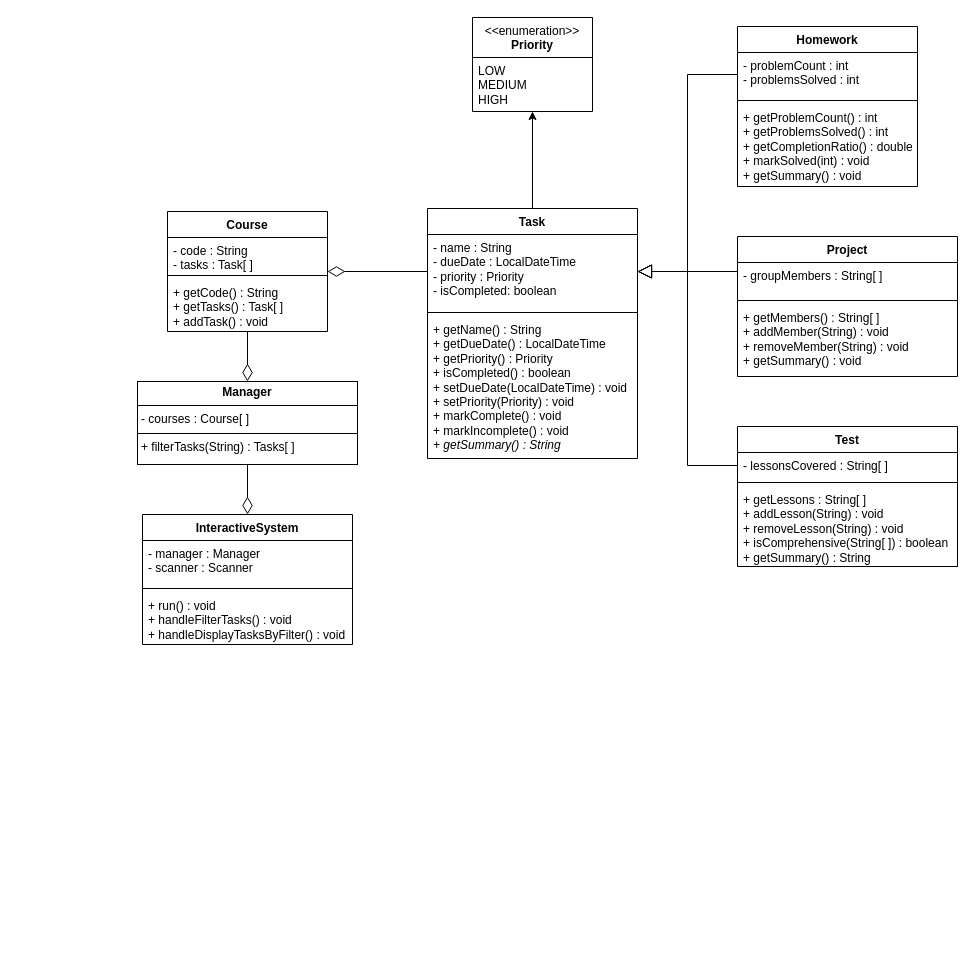
This is images/uml/drawio/studentPlanner.drawio from SACHSTech/2-14-oop-design-project-EdricLai, a draw.io file, before an edit. Source tidied: cells renumbered, new cells numbered last; positions are measured from the earlier drawing's top-left corner, leaving out a move shared by most shapes. Both pictures are drawn from the tidied source at 100%, with x=0, y=0 at pixel (137, 17).
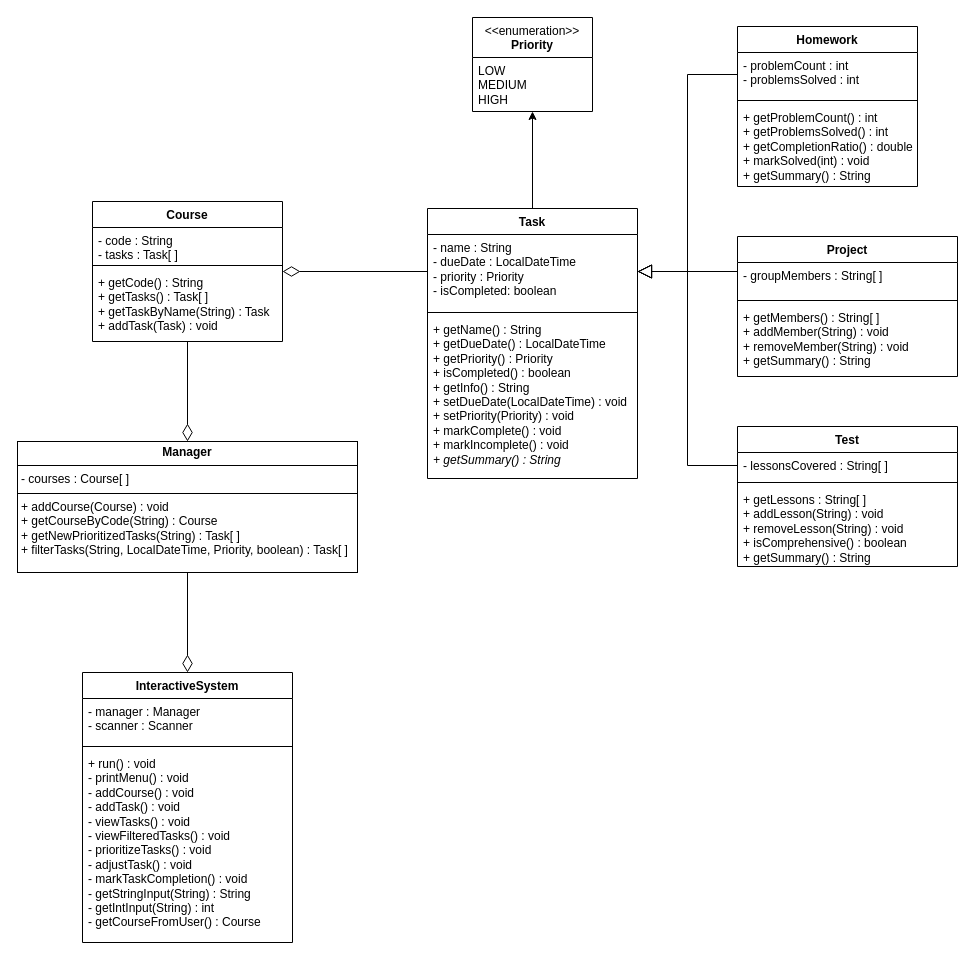
Above is the later version.

Commit message (it also covers changes not shown here):
updated uml diagram to match current code structure

Unchanged cells that the change refers to:
```xml
<mxCell id="12" value="Homework" style="swimlane;fontStyle=1;align=center;verticalAlign=top;horizontal=1;startSize=26;whiteSpace=wrap;html=1;" parent="1" vertex="1">
  <mxGeometry x="600" y="9" width="180" height="160" as="geometry" />
</mxCell>
<mxCell id="17" value="Project" style="swimlane;fontStyle=1;align=center;verticalAlign=top;horizontal=1;startSize=26;whiteSpace=wrap;html=1;" parent="1" vertex="1">
  <mxGeometry x="600" y="219" width="220" height="140" as="geometry" />
</mxCell>
<mxCell id="21" value="Test" style="swimlane;fontStyle=1;align=center;verticalAlign=top;horizontal=1;startSize=26;whiteSpace=wrap;html=1;" parent="1" vertex="1">
  <mxGeometry x="600" y="409" width="220" height="140" as="geometry" />
</mxCell>
```

Diff of the diagram source:
```diff
@@
     <mxCell id="3" value="Course" style="swimlane;fontStyle=1;align=center;verticalAlign=top;horizontal=1;startSize=26;whiteSpace=wrap;html=1;" parent="1" vertex="1">
-      <mxGeometry x="30" y="194" width="160" height="120" as="geometry" />
+      <mxGeometry x="-45" y="184" width="190" height="140" as="geometry" />
     </mxCell>
     <mxCell id="4" value="&lt;div&gt;- code : String&lt;/div&gt;- tasks : Task[ ]" style="text;strokeColor=none;fillColor=none;align=left;verticalAlign=top;spacingLeft=4;spacingRight=4;overflow=hidden;whiteSpace=wrap;html=1;" parent="3" vertex="1">
-      <mxGeometry y="26" width="160" height="34" as="geometry" />
+      <mxGeometry y="26" width="190" height="34" as="geometry" />
     </mxCell>
     <mxCell id="5" style="line;strokeWidth=1;fillColor=none;align=left;verticalAlign=middle;spacingTop=-1;spacingLeft=3;spacingRight=3;labelPosition=right;strokeColor=inherit;" parent="3" vertex="1">
-      <mxGeometry y="60" width="160" height="8" as="geometry" />
+      <mxGeometry y="60" width="190" height="8" as="geometry" />
     </mxCell>
-    <mxCell id="6" value="&lt;div&gt;&lt;span style=&quot;background-color: transparent; color: light-dark(rgb(0, 0, 0), rgb(255, 255, 255));&quot;&gt;+ getCode() : String&lt;/span&gt;&lt;/div&gt;&lt;div&gt;&lt;div&gt;+ getTasks() : Task[ ]&lt;/div&gt;&lt;/div&gt;&lt;div&gt;+ addTask() : void&lt;/div&gt;" style="text;strokeColor=none;fillColor=none;align=left;verticalAlign=top;spacingLeft=4;spacingRight=4;overflow=hidden;whiteSpace=wrap;html=1;" parent="3" vertex="1">
-      <mxGeometry y="68" width="160" height="52" as="geometry" />
+    <mxCell id="6" value="&lt;div&gt;&lt;span style=&quot;background-color: transparent; color: light-dark(rgb(0, 0, 0), rgb(255, 255, 255));&quot;&gt;+ getCode() : String&lt;/span&gt;&lt;/div&gt;&lt;div&gt;&lt;div&gt;+ getTasks() : Task[ ]&lt;/div&gt;&lt;/div&gt;&lt;div&gt;+ getTaskByName(String) : Task&lt;/div&gt;&lt;div&gt;+ addTask(Task) : void&lt;/div&gt;" style="text;strokeColor=none;fillColor=none;align=left;verticalAlign=top;spacingLeft=4;spacingRight=4;overflow=hidden;whiteSpace=wrap;html=1;" parent="3" vertex="1">
+      <mxGeometry y="68" width="190" height="72" as="geometry" />
     </mxCell>
@@
     <mxCell id="8" value="Task" style="swimlane;fontStyle=1;align=center;verticalAlign=top;horizontal=1;startSize=26;whiteSpace=wrap;html=1;" parent="1" vertex="1">
-      <mxGeometry x="290" y="191" width="210" height="250" as="geometry" />
+      <mxGeometry x="290" y="191" width="210" height="270" as="geometry" />
     </mxCell>
@@
-    <mxCell id="11" value="&lt;div&gt;+ getName() : String&lt;/div&gt;&lt;div&gt;+ getDueDate() : LocalDateTime&lt;/div&gt;&lt;div&gt;+ getPriority() : Priority&lt;br&gt;&lt;div&gt;+ isCompleted() : boolean&lt;/div&gt;&lt;/div&gt;&lt;div&gt;&lt;div&gt;+ setDueDate(LocalDateTime) : void&lt;/div&gt;&lt;/div&gt;&lt;div&gt;+ setPriority(Priority) : void&lt;/div&gt;&lt;div&gt;+ markComplete() : void&lt;/div&gt;&lt;div&gt;+ markIncomplete() : void&lt;/div&gt;&lt;div&gt;&lt;i&gt;+ getSummary() : String&lt;/i&gt;&lt;/div&gt;" style="text;strokeColor=none;fillColor=none;align=left;verticalAlign=top;spacingLeft=4;spacingRight=4;overflow=hidden;whiteSpace=wrap;html=1;" parent="8" vertex="1">
-      <mxGeometry y="108" width="210" height="142" as="geometry" />
+    <mxCell id="11" value="&lt;div&gt;+ getName() : String&lt;/div&gt;&lt;div&gt;+ getDueDate() : LocalDateTime&lt;/div&gt;&lt;div&gt;+ getPriority() : Priority&lt;br&gt;&lt;div&gt;+ isCompleted() : boolean&lt;/div&gt;&lt;/div&gt;&lt;div&gt;+ getInfo() : String&lt;/div&gt;&lt;div&gt;&lt;div&gt;+ setDueDate(LocalDateTime) : void&lt;/div&gt;&lt;/div&gt;&lt;div&gt;+ setPriority(Priority) : void&lt;/div&gt;&lt;div&gt;+ markComplete() : void&lt;/div&gt;&lt;div&gt;+ markIncomplete() : void&lt;/div&gt;&lt;div&gt;&lt;i&gt;+ getSummary() : String&lt;/i&gt;&lt;/div&gt;" style="text;strokeColor=none;fillColor=none;align=left;verticalAlign=top;spacingLeft=4;spacingRight=4;overflow=hidden;whiteSpace=wrap;html=1;" parent="8" vertex="1">
+      <mxGeometry y="108" width="210" height="162" as="geometry" />
     </mxCell>
@@
-    <mxCell id="15" value="&lt;div&gt;+ getProblemCount() : int&lt;/div&gt;&lt;div&gt;+ getProblemsSolved() : int&lt;/div&gt;&lt;div&gt;+ getCompletionRatio() : double&lt;/div&gt;&lt;div&gt;+ markSolved(int) : void&lt;/div&gt;&lt;div&gt;+ getSummary() : void&lt;/div&gt;" style="text;strokeColor=none;fillColor=none;align=left;verticalAlign=top;spacingLeft=4;spacingRight=4;overflow=hidden;whiteSpace=wrap;html=1;" parent="12" vertex="1">
+    <mxCell id="15" value="&lt;div&gt;+ getProblemCount() : int&lt;/div&gt;&lt;div&gt;+ getProblemsSolved() : int&lt;/div&gt;&lt;div&gt;+ getCompletionRatio() : double&lt;/div&gt;&lt;div&gt;+ markSolved(int) : void&lt;/div&gt;&lt;div&gt;+ getSummary() : String&lt;/div&gt;" style="text;strokeColor=none;fillColor=none;align=left;verticalAlign=top;spacingLeft=4;spacingRight=4;overflow=hidden;whiteSpace=wrap;html=1;" parent="12" vertex="1">
       <mxGeometry y="78" width="180" height="82" as="geometry" />
     </mxCell>
@@
-    <mxCell id="20" value="&lt;div&gt;+ getMembers() : String[ ]&lt;/div&gt;&lt;div&gt;&lt;span style=&quot;background-color: transparent; color: light-dark(rgb(0, 0, 0), rgb(255, 255, 255));&quot;&gt;+ addMember(String) : void&lt;/span&gt;&lt;/div&gt;&lt;div&gt;+ removeMember(String) : void&lt;/div&gt;&lt;div&gt;+ getSummary() : void&lt;/div&gt;" style="text;strokeColor=none;fillColor=none;align=left;verticalAlign=top;spacingLeft=4;spacingRight=4;overflow=hidden;whiteSpace=wrap;html=1;" parent="17" vertex="1">
+    <mxCell id="20" value="&lt;div&gt;+ getMembers() : String[ ]&lt;/div&gt;&lt;div&gt;&lt;span style=&quot;background-color: transparent; color: light-dark(rgb(0, 0, 0), rgb(255, 255, 255));&quot;&gt;+ addMember(String) : void&lt;/span&gt;&lt;/div&gt;&lt;div&gt;+ removeMember(String) : void&lt;/div&gt;&lt;div&gt;+ getSummary() : String&lt;/div&gt;" style="text;strokeColor=none;fillColor=none;align=left;verticalAlign=top;spacingLeft=4;spacingRight=4;overflow=hidden;whiteSpace=wrap;html=1;" parent="17" vertex="1">
       <mxGeometry y="68" width="220" height="72" as="geometry" />
     </mxCell>
@@
-    <mxCell id="24" value="+ getLessons : String[ ]&lt;div&gt;+ addLesson(String) : void&lt;/div&gt;&lt;div&gt;+ removeLesson(String) : void&lt;/div&gt;&lt;div&gt;+ isComprehensive(String[ ]) : boolean&lt;/div&gt;&lt;div&gt;+ getSummary() : String&lt;/div&gt;" style="text;strokeColor=none;fillColor=none;align=left;verticalAlign=top;spacingLeft=4;spacingRight=4;overflow=hidden;whiteSpace=wrap;html=1;" parent="21" vertex="1">
+    <mxCell id="24" value="+ getLessons : String[ ]&lt;div&gt;+ addLesson(String) : void&lt;/div&gt;&lt;div&gt;+ removeLesson(String) : void&lt;/div&gt;&lt;div&gt;+ isComprehensive() : boolean&lt;/div&gt;&lt;div&gt;+ getSummary() : String&lt;/div&gt;" style="text;strokeColor=none;fillColor=none;align=left;verticalAlign=top;spacingLeft=4;spacingRight=4;overflow=hidden;whiteSpace=wrap;html=1;" parent="21" vertex="1">
       <mxGeometry y="60" width="220" height="80" as="geometry" />
     </mxCell>
@@
-    <mxCell id="26" value="&lt;p style=&quot;margin:0px;margin-top:4px;text-align:center;&quot;&gt;&lt;b&gt;Manager&lt;/b&gt;&lt;/p&gt;&lt;hr size=&quot;1&quot; style=&quot;border-style:solid;&quot;&gt;&lt;p style=&quot;margin:0px;margin-left:4px;&quot;&gt;- courses : Course[ ]&lt;/p&gt;&lt;hr size=&quot;1&quot; style=&quot;border-style:solid;&quot;&gt;&lt;p style=&quot;margin:0px;margin-left:4px;&quot;&gt;+ filterTasks(String) : Tasks[ ]&lt;/p&gt;" style="verticalAlign=top;align=left;overflow=fill;html=1;whiteSpace=wrap;" parent="1" vertex="1">
-      <mxGeometry y="364" width="220" height="83" as="geometry" />
+    <mxCell id="26" value="&lt;p style=&quot;margin:0px;margin-top:4px;text-align:center;&quot;&gt;&lt;b&gt;Manager&lt;/b&gt;&lt;/p&gt;&lt;hr size=&quot;1&quot; style=&quot;border-style:solid;&quot;&gt;&lt;p style=&quot;margin:0px;margin-left:4px;&quot;&gt;- courses : Course[ ]&lt;/p&gt;&lt;hr size=&quot;1&quot; style=&quot;border-style:solid;&quot;&gt;&lt;p style=&quot;margin:0px;margin-left:4px;&quot;&gt;+ addCourse(Course) : void&lt;/p&gt;&lt;p style=&quot;margin:0px;margin-left:4px;&quot;&gt;+ getCourseByCode(String) : Course&lt;/p&gt;&lt;p style=&quot;margin:0px;margin-left:4px;&quot;&gt;+ getNewPrioritizedTasks(String) : Task[ ]&lt;/p&gt;&lt;p style=&quot;margin:0px;margin-left:4px;&quot;&gt;+ filterTasks(String, LocalDateTime, Priority, boolean) : Task[ ]&lt;/p&gt;" style="verticalAlign=top;align=left;overflow=fill;html=1;whiteSpace=wrap;" parent="1" vertex="1">
+      <mxGeometry x="-120" y="424" width="340" height="131" as="geometry" />
     </mxCell>
@@
     <mxCell id="28" value="InteractiveSystem" style="swimlane;fontStyle=1;align=center;verticalAlign=top;horizontal=1;startSize=26;whiteSpace=wrap;html=1;" parent="1" vertex="1">
-      <mxGeometry x="5" y="497" width="210" height="130" as="geometry" />
+      <mxGeometry x="-55" y="655" width="210" height="270" as="geometry" />
     </mxCell>
@@
-    <mxCell id="31" value="+ run() : void&lt;div&gt;+ handleFilterTasks() : void&lt;/div&gt;&lt;div&gt;+ handleDisplayTasksByFilter() : void&lt;/div&gt;" style="text;strokeColor=none;fillColor=none;align=left;verticalAlign=top;spacingLeft=4;spacingRight=4;overflow=hidden;whiteSpace=wrap;html=1;" parent="28" vertex="1">
-      <mxGeometry y="78" width="210" height="52" as="geometry" />
+    <mxCell id="31" value="+ run() : void&lt;div&gt;- printMenu() : void&lt;/div&gt;&lt;div&gt;- addCourse() : void&lt;/div&gt;&lt;div&gt;- addTask() : void&lt;/div&gt;&lt;div&gt;- viewTasks() : void&lt;/div&gt;&lt;div&gt;- viewFilteredTasks() : void&lt;/div&gt;&lt;div&gt;- prioritizeTasks() : void&lt;/div&gt;&lt;div&gt;- adjustTask() : void&lt;/div&gt;&lt;div&gt;- markTaskCompletion() : void&lt;/div&gt;&lt;div&gt;- getStringInput(String) : String&lt;/div&gt;&lt;div&gt;- getIntInput(String) : int&lt;/div&gt;&lt;div&gt;- getCourseFromUser() : Course&lt;/div&gt;&lt;div&gt;&lt;br&gt;&lt;/div&gt;" style="text;strokeColor=none;fillColor=none;align=left;verticalAlign=top;spacingLeft=4;spacingRight=4;overflow=hidden;whiteSpace=wrap;html=1;" parent="28" vertex="1">
+      <mxGeometry y="78" width="210" height="192" as="geometry" />
     </mxCell>
```
